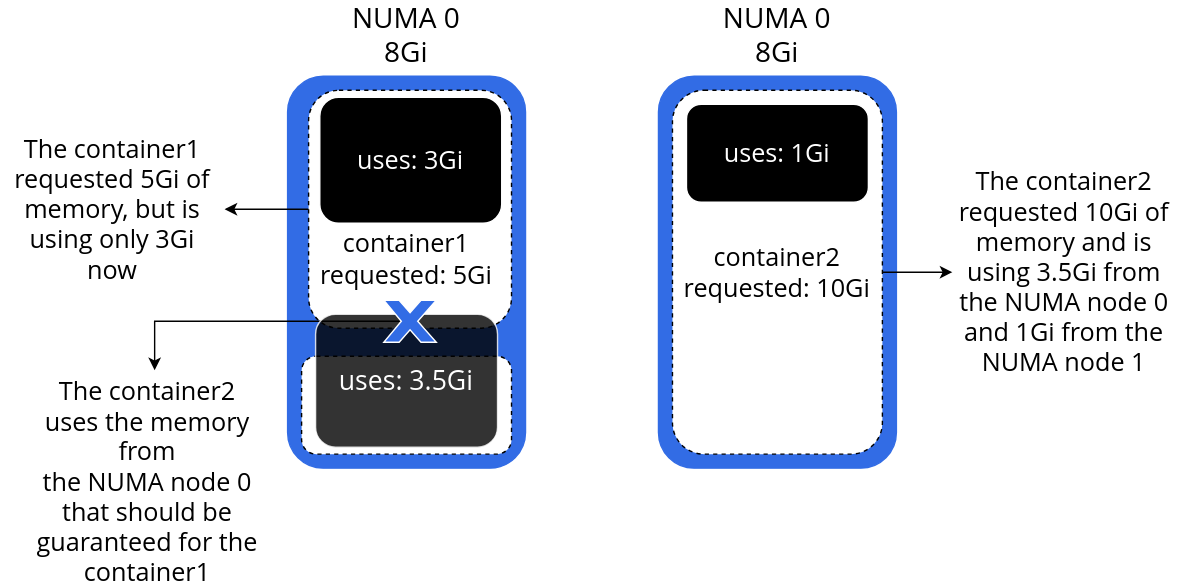
This is static/images/blog/2021-07-15-memory-manager-moves-to-beta/SingleCrossNUMAAllocation.svg from rajula96reddy/website, a draw.io export, as it was before one commit. Source tidied: cells renumbered, new cells last; positions are measured from the earlier drawing's top-left corner, leaving out a move shared by most shapes. Source of this version:
```xml
<mxGraphModel>
  <root>
    <mxCell id="0" />
    <mxCell id="1" parent="0" />
    <mxCell id="2" style="rounded=1;whiteSpace=wrap;html=1;fillColor=#326CE5;strokeColor=#326CE5;" parent="1" vertex="1">
      <mxGeometry x="205" y="40" width="170" height="280" as="geometry" />
    </mxCell>
    <mxCell id="3" style="rounded=1;whiteSpace=wrap;html=1;strokeColor=#326CE5;fillColor=#326CE5;" parent="1" vertex="1">
      <mxGeometry x="470" y="40" width="170" height="280" as="geometry" />
    </mxCell>
    <mxCell id="4" value="&lt;font style=&quot;font-size: 20px&quot;&gt;&lt;font face=&quot;Open Sans&quot;&gt;NUMA 0&lt;br&gt;8Gi&lt;/font&gt;&lt;br&gt;&lt;/font&gt;" style="text;html=1;strokeColor=none;fillColor=none;align=center;verticalAlign=middle;whiteSpace=wrap;rounded=0;" parent="1" vertex="1">
      <mxGeometry x="220" width="140" height="20" as="geometry" />
    </mxCell>
    <mxCell id="5" style="edgeStyle=orthogonalEdgeStyle;rounded=0;jettySize=auto;html=1;" parent="1" edge="1" source="6">
      <mxGeometry relative="1" as="geometry">
        <mxPoint x="160" y="135" as="targetPoint" />
      </mxGeometry>
    </mxCell>
    <mxCell id="6" style="rounded=1;whiteSpace=wrap;html=1;fontColor=#333333;dashed=1;fillColor=#FFFFFF;" parent="1" vertex="1">
      <mxGeometry x="220" y="50" width="145" height="170" as="geometry" />
    </mxCell>
    <mxCell id="7" value="&lt;font style=&quot;font-size: 20px&quot;&gt;&lt;font face=&quot;Open Sans&quot;&gt;NUMA 0&lt;br&gt;8Gi&lt;/font&gt;&lt;br&gt;&lt;/font&gt;" style="text;html=1;strokeColor=none;fillColor=none;align=center;verticalAlign=middle;whiteSpace=wrap;rounded=0;" parent="1" vertex="1">
      <mxGeometry x="485" width="140" height="20" as="geometry" />
    </mxCell>
    <mxCell id="8" style="rounded=1;whiteSpace=wrap;html=1;dashed=1;" parent="1" vertex="1">
      <mxGeometry x="215" y="240" width="150" height="70" as="geometry" />
    </mxCell>
    <mxCell id="9" style="edgeStyle=orthogonalEdgeStyle;rounded=0;jettySize=auto;html=1;" parent="1" edge="1" source="10">
      <mxGeometry relative="1" as="geometry">
        <mxPoint x="680" y="180" as="targetPoint" />
      </mxGeometry>
    </mxCell>
    <mxCell id="10" value="&lt;font style=&quot;font-size: 18px&quot; face=&quot;Open Sans&quot;&gt;container2&lt;br&gt;requested: 10Gi&lt;/font&gt;" style="rounded=1;whiteSpace=wrap;html=1;dashed=1;" parent="1" vertex="1">
      <mxGeometry x="480" y="50" width="150" height="260" as="geometry" />
    </mxCell>
    <mxCell id="11" value="&lt;font style=&quot;font-size: 18px&quot; face=&quot;Open Sans&quot;&gt;The container1 requested 5Gi of memory, but is using only 3Gi now&lt;/font&gt;" style="text;html=1;strokeColor=none;fillColor=none;align=center;verticalAlign=middle;whiteSpace=wrap;rounded=0;dashed=1;opacity=70;" parent="1" vertex="1">
      <mxGeometry y="70" width="160" height="130" as="geometry" />
    </mxCell>
    <mxCell id="12" value="&lt;font style=&quot;font-size: 18px&quot; face=&quot;Open Sans&quot;&gt;The container2 requested 10Gi of memory and is using 3.5Gi from the NUMA node 0 and 1Gi from the NUMA node 1&lt;/font&gt;" style="text;html=1;strokeColor=none;fillColor=none;align=center;verticalAlign=middle;whiteSpace=wrap;rounded=0;dashed=1;opacity=70;" parent="1" vertex="1">
      <mxGeometry x="680" y="95" width="160" height="170" as="geometry" />
    </mxCell>
    <mxCell id="13" style="edgeStyle=orthogonalEdgeStyle;rounded=0;jettySize=auto;html=1;exitX=0.33;exitY=0.5;exitDx=0;exitDy=0;exitPerimeter=0;" parent="1" edge="1" source="19">
      <mxGeometry relative="1" as="geometry">
        <mxPoint x="110" y="250" as="targetPoint" />
      </mxGeometry>
    </mxCell>
    <mxCell id="14" value="&lt;font style=&quot;font-size: 18px&quot; face=&quot;Open Sans&quot;&gt;The container2&lt;br&gt;uses the memory&lt;br&gt;from&lt;br&gt;the NUMA node 0&lt;br&gt;that should be&lt;br&gt;guaranteed for the&lt;br&gt;container1&lt;/font&gt;" style="text;html=1;strokeColor=none;fillColor=none;align=center;verticalAlign=middle;whiteSpace=wrap;rounded=0;dashed=1;opacity=70;" parent="1" vertex="1">
      <mxGeometry x="20" y="260" width="170" height="140" as="geometry" />
    </mxCell>
    <mxCell id="15" value="&lt;font style=&quot;font-size: 18px&quot; color=&quot;#ffffff&quot; face=&quot;Open Sans&quot;&gt;uses: 1Gi&lt;/font&gt;" style="rounded=1;whiteSpace=wrap;html=1;fillColor=#000000;strokeColor=#FFFFFF;" parent="1" vertex="1">
      <mxGeometry x="490" y="60" width="130" height="70" as="geometry" />
    </mxCell>
    <mxCell id="16" value="&lt;font style=&quot;font-size: 18px&quot; color=&quot;#ffffff&quot; face=&quot;Open Sans&quot;&gt;uses: 3Gi&lt;/font&gt;" style="rounded=1;whiteSpace=wrap;html=1;fillColor=#000000;strokeColor=#FFFFFF;" parent="1" vertex="1">
      <mxGeometry x="228" y="55" width="130" height="90" as="geometry" />
    </mxCell>
    <mxCell id="17" value="&lt;font style=&quot;font-size: 19px&quot; color=&quot;#ffffff&quot; face=&quot;Open Sans&quot;&gt;uses: 3.5Gi&lt;/font&gt;" style="rounded=1;whiteSpace=wrap;html=1;opacity=80;fillColor=#000000;strokeColor=#FFFFFF;" parent="1" vertex="1">
      <mxGeometry x="225" y="210" width="130" height="95" as="geometry" />
    </mxCell>
    <mxCell id="18" value="&lt;font style=&quot;font-size: 18px&quot; face=&quot;Open Sans&quot;&gt;container1&lt;br&gt;requested: 5Gi&lt;/font&gt;&lt;span style=&quot;font-size: 20px&quot;&gt;&lt;br&gt;&lt;/span&gt;" style="text;html=1;strokeColor=none;fillColor=none;align=center;verticalAlign=middle;whiteSpace=wrap;rounded=0;" parent="1" vertex="1">
      <mxGeometry x="225" y="152.5" width="130" height="37.5" as="geometry" />
    </mxCell>
    <mxCell id="19" style="verticalLabelPosition=bottom;verticalAlign=top;html=1;shape=mxgraph.basic.x;strokeColor=#FFFFFF;fillColor=#326CE5;" parent="1" vertex="1">
      <mxGeometry x="273.8" y="200" width="37.5" height="30" as="geometry" />
    </mxCell>
  </root>
</mxGraphModel>
```
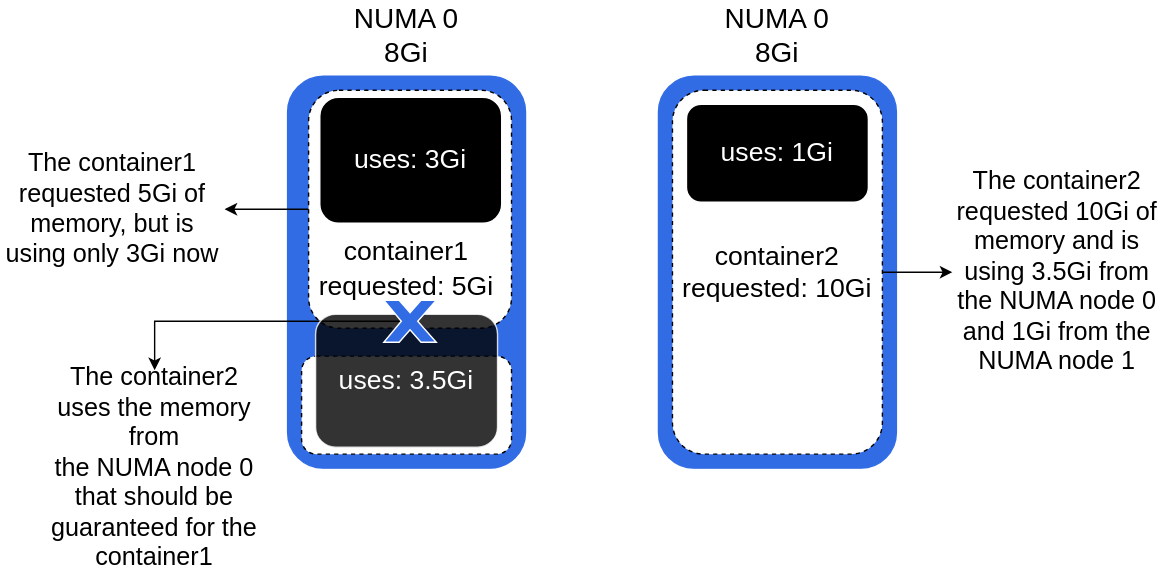
Later version of the same file.

Commit message:
Add memory manager feature blog post

Diff of the diagram source:
```diff
@@ -8,7 +8,7 @@
     <mxCell id="3" style="rounded=1;whiteSpace=wrap;html=1;strokeColor=#326CE5;fillColor=#326CE5;" parent="1" vertex="1">
       <mxGeometry x="470" y="40" width="170" height="280" as="geometry" />
     </mxCell>
-    <mxCell id="4" value="&lt;font style=&quot;font-size: 20px&quot;&gt;&lt;font face=&quot;Open Sans&quot;&gt;NUMA 0&lt;br&gt;8Gi&lt;/font&gt;&lt;br&gt;&lt;/font&gt;" style="text;html=1;strokeColor=none;fillColor=none;align=center;verticalAlign=middle;whiteSpace=wrap;rounded=0;" parent="1" vertex="1">
+    <mxCell id="4" value="&lt;font style=&quot;font-size: 20px&quot;&gt;NUMA 0&lt;br&gt;8Gi&lt;br&gt;&lt;/font&gt;" style="text;html=1;strokeColor=none;fillColor=none;align=center;verticalAlign=middle;whiteSpace=wrap;rounded=0;" parent="1" vertex="1">
       <mxGeometry x="220" width="140" height="20" as="geometry" />
     </mxCell>
     <mxCell id="5" style="edgeStyle=orthogonalEdgeStyle;rounded=0;jettySize=auto;html=1;" parent="1" edge="1" source="6">
@@ -19,7 +19,7 @@
     <mxCell id="6" style="rounded=1;whiteSpace=wrap;html=1;fontColor=#333333;dashed=1;fillColor=#FFFFFF;" parent="1" vertex="1">
       <mxGeometry x="220" y="50" width="145" height="170" as="geometry" />
     </mxCell>
-    <mxCell id="7" value="&lt;font style=&quot;font-size: 20px&quot;&gt;&lt;font face=&quot;Open Sans&quot;&gt;NUMA 0&lt;br&gt;8Gi&lt;/font&gt;&lt;br&gt;&lt;/font&gt;" style="text;html=1;strokeColor=none;fillColor=none;align=center;verticalAlign=middle;whiteSpace=wrap;rounded=0;" parent="1" vertex="1">
+    <mxCell id="7" value="&lt;font style=&quot;font-size: 20px&quot;&gt;NUMA 0&lt;br&gt;8Gi&lt;br&gt;&lt;/font&gt;" style="text;html=1;strokeColor=none;fillColor=none;align=center;verticalAlign=middle;whiteSpace=wrap;rounded=0;" parent="1" vertex="1">
       <mxGeometry x="485" width="140" height="20" as="geometry" />
     </mxCell>
     <mxCell id="8" style="rounded=1;whiteSpace=wrap;html=1;dashed=1;" parent="1" vertex="1">
@@ -30,34 +30,34 @@
         <mxPoint x="680" y="180" as="targetPoint" />
       </mxGeometry>
     </mxCell>
-    <mxCell id="10" value="&lt;font style=&quot;font-size: 18px&quot; face=&quot;Open Sans&quot;&gt;container2&lt;br&gt;requested: 10Gi&lt;/font&gt;" style="rounded=1;whiteSpace=wrap;html=1;dashed=1;" parent="1" vertex="1">
+    <mxCell id="10" value="&lt;font style=&quot;font-size: 19px&quot;&gt;container2&lt;br&gt;requested: 10Gi&lt;/font&gt;" style="rounded=1;whiteSpace=wrap;html=1;dashed=1;" parent="1" vertex="1">
       <mxGeometry x="480" y="50" width="150" height="260" as="geometry" />
     </mxCell>
-    <mxCell id="11" value="&lt;font style=&quot;font-size: 18px&quot; face=&quot;Open Sans&quot;&gt;The container1 requested 5Gi of memory, but is using only 3Gi now&lt;/font&gt;" style="text;html=1;strokeColor=none;fillColor=none;align=center;verticalAlign=middle;whiteSpace=wrap;rounded=0;dashed=1;opacity=70;" parent="1" vertex="1">
+    <mxCell id="11" value="&lt;font style=&quot;font-size: 18px&quot;&gt;The container1 requested 5Gi of memory, but is using only 3Gi now&lt;/font&gt;" style="text;html=1;strokeColor=none;fillColor=none;align=center;verticalAlign=middle;whiteSpace=wrap;rounded=0;dashed=1;opacity=70;" parent="1" vertex="1">
       <mxGeometry y="70" width="160" height="130" as="geometry" />
     </mxCell>
-    <mxCell id="12" value="&lt;font style=&quot;font-size: 18px&quot; face=&quot;Open Sans&quot;&gt;The container2 requested 10Gi of memory and is using 3.5Gi from the NUMA node 0 and 1Gi from the NUMA node 1&lt;/font&gt;" style="text;html=1;strokeColor=none;fillColor=none;align=center;verticalAlign=middle;whiteSpace=wrap;rounded=0;dashed=1;opacity=70;" parent="1" vertex="1">
-      <mxGeometry x="680" y="95" width="160" height="170" as="geometry" />
+    <mxCell id="12" value="&lt;font style=&quot;font-size: 18px&quot;&gt;The container2 requested 10Gi of memory and is using 3.5Gi from the NUMA node 0 and 1Gi from the NUMA node 1&lt;/font&gt;" style="text;html=1;strokeColor=none;fillColor=none;align=center;verticalAlign=middle;whiteSpace=wrap;rounded=0;dashed=1;opacity=70;" parent="1" vertex="1">
+      <mxGeometry x="680" y="95" width="150" height="170" as="geometry" />
     </mxCell>
     <mxCell id="13" style="edgeStyle=orthogonalEdgeStyle;rounded=0;jettySize=auto;html=1;exitX=0.33;exitY=0.5;exitDx=0;exitDy=0;exitPerimeter=0;" parent="1" edge="1" source="19">
       <mxGeometry relative="1" as="geometry">
         <mxPoint x="110" y="250" as="targetPoint" />
       </mxGeometry>
     </mxCell>
-    <mxCell id="14" value="&lt;font style=&quot;font-size: 18px&quot; face=&quot;Open Sans&quot;&gt;The container2&lt;br&gt;uses the memory&lt;br&gt;from&lt;br&gt;the NUMA node 0&lt;br&gt;that should be&lt;br&gt;guaranteed for the&lt;br&gt;container1&lt;/font&gt;" style="text;html=1;strokeColor=none;fillColor=none;align=center;verticalAlign=middle;whiteSpace=wrap;rounded=0;dashed=1;opacity=70;" parent="1" vertex="1">
-      <mxGeometry x="20" y="260" width="170" height="140" as="geometry" />
+    <mxCell id="14" value="&lt;font style=&quot;font-size: 18px&quot;&gt;The container2&lt;br&gt;uses the memory&lt;br&gt;from&lt;br&gt;the NUMA node 0&lt;br&gt;that should be&lt;br&gt;guaranteed for the&lt;br&gt;container1&lt;/font&gt;" style="text;html=1;strokeColor=none;fillColor=none;align=center;verticalAlign=middle;whiteSpace=wrap;rounded=0;dashed=1;opacity=70;" parent="1" vertex="1">
+      <mxGeometry x="30" y="250" width="160" height="140" as="geometry" />
     </mxCell>
-    <mxCell id="15" value="&lt;font style=&quot;font-size: 18px&quot; color=&quot;#ffffff&quot; face=&quot;Open Sans&quot;&gt;uses: 1Gi&lt;/font&gt;" style="rounded=1;whiteSpace=wrap;html=1;fillColor=#000000;strokeColor=#FFFFFF;" parent="1" vertex="1">
+    <mxCell id="15" value="&lt;font style=&quot;font-size: 19px&quot; color=&quot;#ffffff&quot;&gt;uses: 1Gi&lt;/font&gt;" style="rounded=1;whiteSpace=wrap;html=1;fillColor=#000000;strokeColor=#FFFFFF;" parent="1" vertex="1">
       <mxGeometry x="490" y="60" width="130" height="70" as="geometry" />
     </mxCell>
-    <mxCell id="16" value="&lt;font style=&quot;font-size: 18px&quot; color=&quot;#ffffff&quot; face=&quot;Open Sans&quot;&gt;uses: 3Gi&lt;/font&gt;" style="rounded=1;whiteSpace=wrap;html=1;fillColor=#000000;strokeColor=#FFFFFF;" parent="1" vertex="1">
+    <mxCell id="16" value="&lt;font style=&quot;font-size: 19px&quot; color=&quot;#ffffff&quot;&gt;uses: 3Gi&lt;/font&gt;" style="rounded=1;whiteSpace=wrap;html=1;fillColor=#000000;strokeColor=#FFFFFF;" parent="1" vertex="1">
       <mxGeometry x="228" y="55" width="130" height="90" as="geometry" />
     </mxCell>
-    <mxCell id="17" value="&lt;font style=&quot;font-size: 19px&quot; color=&quot;#ffffff&quot; face=&quot;Open Sans&quot;&gt;uses: 3.5Gi&lt;/font&gt;" style="rounded=1;whiteSpace=wrap;html=1;opacity=80;fillColor=#000000;strokeColor=#FFFFFF;" parent="1" vertex="1">
+    <mxCell id="17" value="&lt;font style=&quot;font-size: 19px&quot; color=&quot;#ffffff&quot;&gt;uses: 3.5Gi&lt;/font&gt;" style="rounded=1;whiteSpace=wrap;html=1;opacity=80;fillColor=#000000;strokeColor=#FFFFFF;" parent="1" vertex="1">
       <mxGeometry x="225" y="210" width="130" height="95" as="geometry" />
     </mxCell>
-    <mxCell id="18" value="&lt;font style=&quot;font-size: 18px&quot; face=&quot;Open Sans&quot;&gt;container1&lt;br&gt;requested: 5Gi&lt;/font&gt;&lt;span style=&quot;font-size: 20px&quot;&gt;&lt;br&gt;&lt;/span&gt;" style="text;html=1;strokeColor=none;fillColor=none;align=center;verticalAlign=middle;whiteSpace=wrap;rounded=0;" parent="1" vertex="1">
-      <mxGeometry x="225" y="152.5" width="130" height="37.5" as="geometry" />
+    <mxCell id="18" value="&lt;font style=&quot;font-size: 19px&quot;&gt;container1&lt;br&gt;requested: 5Gi&lt;/font&gt;&lt;span style=&quot;font-size: 20px&quot;&gt;&lt;br&gt;&lt;/span&gt;" style="text;html=1;strokeColor=none;fillColor=none;align=center;verticalAlign=middle;whiteSpace=wrap;rounded=0;" parent="1" vertex="1">
+      <mxGeometry x="225" y="152.5" width="130" height="50" as="geometry" />
     </mxCell>
     <mxCell id="19" style="verticalLabelPosition=bottom;verticalAlign=top;html=1;shape=mxgraph.basic.x;strokeColor=#FFFFFF;fillColor=#326CE5;" parent="1" vertex="1">
       <mxGeometry x="273.8" y="200" width="37.5" height="30" as="geometry" />
```
